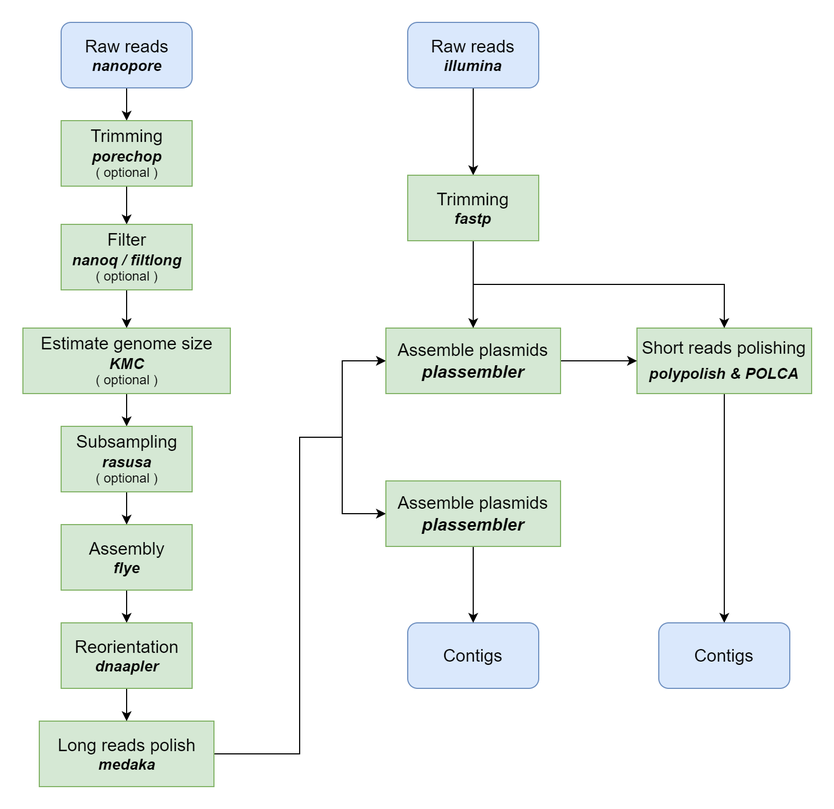
This is misc/pipeline.png from chen1i6c04/Ouroboros, a draw.io export, as it was before one commit. Source tidied: cells renumbered, new cells last; positions are measured from the earlier drawing's top-left corner, leaving out a move shared by most shapes.
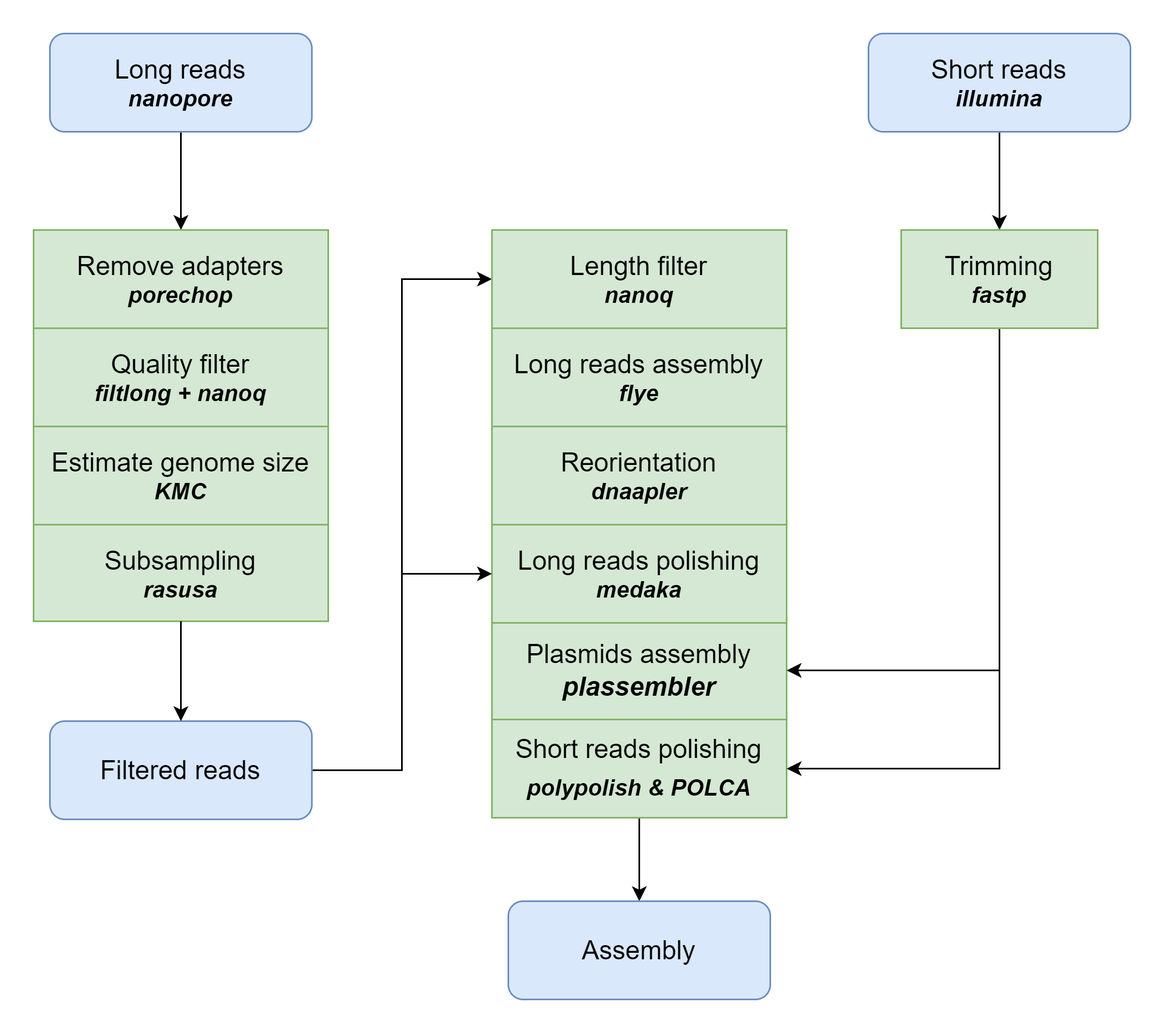
Above is the later version.

Commit message:
Assembly mode that only nanopore reads is no longer supported

Change to the diagram source:
```diff
@@ -2,114 +2,88 @@
   <root>
     <mxCell id="0" />
     <mxCell id="1" parent="0" />
-    <mxCell id="2" style="edgeStyle=orthogonalEdgeStyle;rounded=0;jettySize=auto;html=1;" parent="1" edge="1" source="3" target="25">
+    <mxCell id="2" style="edgeStyle=orthogonalEdgeStyle;rounded=0;jettySize=auto;html=1;entryX=0.5;entryY=0;entryDx=0;entryDy=0;" parent="1" edge="1" source="3" target="25">
       <mxGeometry relative="1" as="geometry" />
     </mxCell>
-    <mxCell id="3" value="&lt;font style=&quot;&quot;&gt;&lt;span style=&quot;font-size: 16px;&quot;&gt;Raw reads&lt;br&gt;&lt;/span&gt;&lt;font style=&quot;font-size: 14px;&quot;&gt;&lt;i&gt;&lt;b&gt;nanopore&lt;/b&gt;&lt;/i&gt;&lt;/font&gt;&lt;br&gt;&lt;/font&gt;" style="rounded=1;whiteSpace=wrap;html=1;fillColor=#dae8fc;strokeColor=#6c8ebf;" parent="1" vertex="1">
-      <mxGeometry x="34.5" width="120" height="60" as="geometry" />
+    <mxCell id="3" value="&lt;font style=&quot;&quot;&gt;&lt;span style=&quot;font-size: 16px;&quot;&gt;Long reads&lt;br&gt;&lt;/span&gt;&lt;font style=&quot;font-size: 14px;&quot;&gt;&lt;i&gt;&lt;b&gt;nanopore&lt;/b&gt;&lt;/i&gt;&lt;/font&gt;&lt;br&gt;&lt;/font&gt;" style="rounded=1;whiteSpace=wrap;html=1;fillColor=#dae8fc;strokeColor=#6c8ebf;" parent="1" vertex="1">
+      <mxGeometry x="-18" width="160" height="60" as="geometry" />
     </mxCell>
-    <mxCell id="4" style="edgeStyle=orthogonalEdgeStyle;rounded=0;jettySize=auto;html=1;" parent="1" edge="1" source="5" target="13">
-      <mxGeometry relative="1" as="geometry" />
-    </mxCell>
-    <mxCell id="5" value="&lt;font style=&quot;&quot;&gt;&lt;span style=&quot;font-size: 16px;&quot;&gt;Assembly&lt;/span&gt;&lt;br&gt;&lt;i style=&quot;&quot;&gt;&lt;b style=&quot;&quot;&gt;&lt;font style=&quot;font-size: 14px;&quot;&gt;flye&lt;/font&gt;&lt;/b&gt;&lt;/i&gt;&lt;br&gt;&lt;/font&gt;" style="rounded=0;whiteSpace=wrap;html=1;fillColor=#d5e8d4;strokeColor=#82b366;" parent="1" vertex="1">
-      <mxGeometry x="34.5" y="460" width="120" height="60" as="geometry" />
-    </mxCell>
-    <mxCell id="6" style="edgeStyle=orthogonalEdgeStyle;rounded=0;jettySize=auto;html=1;entryX=0;entryY=0.5;entryDx=0;entryDy=0;" parent="1" edge="1" source="8" target="15">
-      <mxGeometry relative="1" as="geometry">
-        <Array as="points">
-          <mxPoint x="253" y="670" />
-          <mxPoint x="253" y="380" />
-          <mxPoint x="292" y="380" />
-          <mxPoint x="292" y="310" />
-        </Array>
-      </mxGeometry>
-    </mxCell>
-    <mxCell id="7" style="edgeStyle=orthogonalEdgeStyle;rounded=0;jettySize=auto;html=1;entryX=0;entryY=0.5;entryDx=0;entryDy=0;" parent="1" edge="1" source="8" target="17">
-      <mxGeometry relative="1" as="geometry">
-        <Array as="points">
-          <mxPoint x="253" y="670" />
-          <mxPoint x="253" y="380" />
-          <mxPoint x="292" y="380" />
-          <mxPoint x="292" y="450" />
-        </Array>
-      </mxGeometry>
-    </mxCell>
-    <mxCell id="8" value="&lt;font style=&quot;&quot;&gt;&lt;span style=&quot;font-size: 16px;&quot;&gt;Long reads polish&lt;/span&gt;&lt;br&gt;&lt;b style=&quot;&quot;&gt;&lt;i style=&quot;&quot;&gt;&lt;font style=&quot;font-size: 14px;&quot;&gt;medaka&lt;/font&gt;&lt;/i&gt;&lt;/b&gt;&lt;br&gt;&lt;/font&gt;" style="rounded=0;whiteSpace=wrap;html=1;fillColor=#d5e8d4;strokeColor=#82b366;" parent="1" vertex="1">
-      <mxGeometry x="14.5" y="640" width="160" height="60" as="geometry" />
-    </mxCell>
-    <mxCell id="9" value="&lt;font style=&quot;&quot;&gt;&lt;span style=&quot;font-size: 16px;&quot;&gt;Contigs&lt;/span&gt;&lt;br&gt;&lt;/font&gt;" style="rounded=1;whiteSpace=wrap;html=1;fillColor=#dae8fc;strokeColor=#6c8ebf;" parent="1" vertex="1">
-      <mxGeometry x="352" y="550" width="120" height="60" as="geometry" />
-    </mxCell>
-    <mxCell id="10" style="edgeStyle=orthogonalEdgeStyle;rounded=0;jettySize=auto;html=1;entryX=0.5;entryY=0;entryDx=0;entryDy=0;" parent="1" edge="1" source="11" target="18">
+    <mxCell id="10" style="edgeStyle=orthogonalEdgeStyle;rounded=0;jettySize=auto;html=1;" parent="1" edge="1" source="11" target="18">
       <mxGeometry relative="1" as="geometry" />
     </mxCell>
     <mxCell id="11" value="&lt;p style=&quot;margin-top: 0pt; margin-bottom: 0pt; margin-left: 0in; direction: ltr; unicode-bidi: embed; word-break: normal; font-size: 16px;&quot;&gt;&lt;font style=&quot;font-size: 16px;&quot;&gt;Short reads&amp;nbsp;&lt;/font&gt;&lt;span style=&quot;background-color: initial;&quot;&gt;polishing&lt;/span&gt;&lt;/p&gt;&lt;p style=&quot;margin-top: 0pt; margin-bottom: 0pt; margin-left: 0in; direction: ltr; unicode-bidi: embed; word-break: normal;&quot;&gt;&lt;b style=&quot;border-color: var(--border-color); text-align: left;&quot;&gt;&lt;i style=&quot;border-color: var(--border-color);&quot;&gt;&lt;font style=&quot;font-size: 14px;&quot;&gt;polypolish &amp;amp; POLCA&lt;/font&gt;&lt;/i&gt;&lt;/b&gt;&lt;span style=&quot;font-size: 16px; font-family: Calibri; background-color: initial;&quot;&gt;&lt;br&gt;&lt;/span&gt;&lt;/p&gt;" style="rounded=0;whiteSpace=wrap;html=1;fontSize=20;fillColor=#d5e8d4;strokeColor=#82b366;" parent="1" vertex="1">
-      <mxGeometry x="562" y="280" width="160" height="60" as="geometry" />
+      <mxGeometry x="252" y="419" width="180" height="60" as="geometry" />
     </mxCell>
-    <mxCell id="12" style="edgeStyle=orthogonalEdgeStyle;rounded=0;jettySize=auto;html=1;" parent="1" edge="1" source="13" target="8">
-      <mxGeometry relative="1" as="geometry" />
-    </mxCell>
     <mxCell id="13" value="&lt;font style=&quot;&quot;&gt;&lt;font style=&quot;&quot;&gt;&lt;font style=&quot;font-size: 16px;&quot;&gt;Reorientation&lt;/font&gt;&lt;br&gt;&lt;/font&gt;&lt;span style=&quot;font-size: 14px;&quot;&gt;&lt;b&gt;&lt;i&gt;dnaapler&lt;/i&gt;&lt;/b&gt;&lt;/span&gt;&lt;br&gt;&lt;/font&gt;" style="rounded=0;whiteSpace=wrap;html=1;fillColor=#d5e8d4;strokeColor=#82b366;" parent="1" vertex="1">
-      <mxGeometry x="34.5" y="550" width="120" height="60" as="geometry" />
+      <mxGeometry x="252" y="240" width="180" height="60" as="geometry" />
     </mxCell>
-    <mxCell id="14" style="edgeStyle=orthogonalEdgeStyle;rounded=0;jettySize=auto;html=1;" parent="1" edge="1" source="15" target="11">
-      <mxGeometry relative="1" as="geometry" />
-    </mxCell>
-    <mxCell id="15" value="&lt;font style=&quot;&quot;&gt;&lt;font style=&quot;&quot;&gt;&lt;font style=&quot;font-size: 16px;&quot;&gt;Assemble plasmids&lt;/font&gt;&lt;br&gt;&lt;/font&gt;&lt;b&gt;&lt;i&gt;&lt;font style=&quot;font-size: 16px;&quot;&gt;plassembler&lt;/font&gt;&lt;/i&gt;&lt;/b&gt;&lt;br&gt;&lt;/font&gt;" style="rounded=0;whiteSpace=wrap;html=1;fillColor=#d5e8d4;strokeColor=#82b366;" parent="1" vertex="1">
-      <mxGeometry x="332" y="280" width="160" height="60" as="geometry" />
+    <mxCell id="15" value="&lt;font style=&quot;&quot;&gt;&lt;font style=&quot;font-size: 16px;&quot;&gt;Plasmids assembly&lt;/font&gt;&lt;/font&gt;&lt;div&gt;&lt;font style=&quot;&quot;&gt;&lt;font style=&quot;font-size: 16px;&quot;&gt;&lt;i style=&quot;font-weight: bold;&quot;&gt;plassembler&lt;/i&gt;&lt;/font&gt;&lt;br&gt;&lt;/font&gt;&lt;/div&gt;" style="rounded=0;whiteSpace=wrap;html=1;fillColor=#d5e8d4;strokeColor=#82b366;" parent="1" vertex="1">
+      <mxGeometry x="252" y="359" width="180" height="60" as="geometry" />
     </mxCell>
-    <mxCell id="16" style="edgeStyle=orthogonalEdgeStyle;rounded=0;jettySize=auto;html=1;" parent="1" edge="1" source="17" target="9">
-      <mxGeometry relative="1" as="geometry" />
-    </mxCell>
-    <mxCell id="17" value="&lt;font style=&quot;&quot;&gt;&lt;font style=&quot;&quot;&gt;&lt;font style=&quot;font-size: 16px;&quot;&gt;Assemble plasmids&lt;/font&gt;&lt;br&gt;&lt;/font&gt;&lt;b&gt;&lt;i&gt;&lt;font style=&quot;font-size: 16px;&quot;&gt;plassembler&lt;/font&gt;&lt;/i&gt;&lt;/b&gt;&lt;br&gt;&lt;/font&gt;" style="rounded=0;whiteSpace=wrap;html=1;fillColor=#d5e8d4;strokeColor=#82b366;" parent="1" vertex="1">
-      <mxGeometry x="332" y="420" width="160" height="60" as="geometry" />
-    </mxCell>
-    <mxCell id="18" value="&lt;font style=&quot;&quot;&gt;&lt;span style=&quot;font-size: 16px;&quot;&gt;Contigs&lt;/span&gt;&lt;br&gt;&lt;/font&gt;" style="rounded=1;whiteSpace=wrap;html=1;fillColor=#dae8fc;strokeColor=#6c8ebf;" parent="1" vertex="1">
-      <mxGeometry x="582" y="550" width="120" height="60" as="geometry" />
+    <mxCell id="18" value="&lt;font style=&quot;&quot;&gt;&lt;span style=&quot;font-size: 16px;&quot;&gt;Assembly&lt;/span&gt;&lt;br&gt;&lt;/font&gt;" style="rounded=1;whiteSpace=wrap;html=1;fillColor=#dae8fc;strokeColor=#6c8ebf;" parent="1" vertex="1">
+      <mxGeometry x="262" y="530" width="160" height="60" as="geometry" />
     </mxCell>
-    <mxCell id="19" style="edgeStyle=orthogonalEdgeStyle;rounded=0;jettySize=auto;html=1;entryX=0.5;entryY=0;entryDx=0;entryDy=0;" parent="1" edge="1" source="20" target="23">
+    <mxCell id="19" style="edgeStyle=orthogonalEdgeStyle;rounded=0;jettySize=auto;html=1;" parent="1" edge="1" source="20" target="23">
       <mxGeometry relative="1" as="geometry" />
     </mxCell>
-    <mxCell id="20" value="&lt;font style=&quot;&quot;&gt;&lt;span style=&quot;font-size: 16px;&quot;&gt;Raw reads&lt;br&gt;&lt;/span&gt;&lt;font style=&quot;font-size: 14px;&quot;&gt;&lt;i&gt;&lt;b&gt;illumina&lt;/b&gt;&lt;/i&gt;&lt;/font&gt;&lt;br&gt;&lt;/font&gt;" style="rounded=1;whiteSpace=wrap;html=1;fillColor=#dae8fc;strokeColor=#6c8ebf;" parent="1" vertex="1">
-      <mxGeometry x="352" width="120" height="60" as="geometry" />
+    <mxCell id="20" value="&lt;font style=&quot;&quot;&gt;&lt;span style=&quot;font-size: 16px;&quot;&gt;Short reads&lt;br&gt;&lt;/span&gt;&lt;font style=&quot;font-size: 14px;&quot;&gt;&lt;i&gt;&lt;b&gt;illumina&lt;/b&gt;&lt;/i&gt;&lt;/font&gt;&lt;br&gt;&lt;/font&gt;" style="rounded=1;whiteSpace=wrap;html=1;fillColor=#dae8fc;strokeColor=#6c8ebf;" parent="1" vertex="1">
+      <mxGeometry x="482" width="160" height="60" as="geometry" />
     </mxCell>
-    <mxCell id="21" style="edgeStyle=orthogonalEdgeStyle;rounded=0;jettySize=auto;html=1;entryX=0.5;entryY=0;entryDx=0;entryDy=0;" parent="1" edge="1" source="23" target="15">
-      <mxGeometry relative="1" as="geometry" />
+    <mxCell id="21" style="edgeStyle=orthogonalEdgeStyle;rounded=0;jettySize=auto;html=1;entryX=1;entryY=0.5;entryDx=0;entryDy=0;" parent="1" edge="1" source="23" target="15">
+      <mxGeometry relative="1" as="geometry">
+        <Array as="points">
+          <mxPoint x="562" y="389" />
+        </Array>
+      </mxGeometry>
     </mxCell>
-    <mxCell id="22" style="edgeStyle=orthogonalEdgeStyle;rounded=0;jettySize=auto;html=1;" parent="1" edge="1" source="23" target="11">
+    <mxCell id="22" style="edgeStyle=orthogonalEdgeStyle;rounded=0;jettySize=auto;html=1;entryX=1;entryY=0.5;entryDx=0;entryDy=0;" parent="1" edge="1" source="23" target="11">
       <mxGeometry relative="1" as="geometry">
         <Array as="points">
-          <mxPoint x="412" y="240" />
-          <mxPoint x="642" y="240" />
+          <mxPoint x="562" y="449" />
         </Array>
       </mxGeometry>
     </mxCell>
     <mxCell id="23" value="&lt;font style=&quot;&quot;&gt;&lt;span style=&quot;font-size: 16px;&quot;&gt;Trimming&lt;/span&gt;&lt;br&gt;&lt;span style=&quot;font-size: 14px;&quot;&gt;&lt;b&gt;&lt;i&gt;fastp&lt;/i&gt;&lt;/b&gt;&lt;/span&gt;&lt;br&gt;&lt;/font&gt;" style="rounded=0;whiteSpace=wrap;html=1;fillColor=#d5e8d4;strokeColor=#82b366;" parent="1" vertex="1">
-      <mxGeometry x="352" y="140" width="120" height="60" as="geometry" />
+      <mxGeometry x="502" y="120" width="120" height="60" as="geometry" />
     </mxCell>
-    <mxCell id="24" style="edgeStyle=orthogonalEdgeStyle;rounded=0;jettySize=auto;html=1;" parent="1" edge="1" source="25" target="27">
-      <mxGeometry relative="1" as="geometry" />
-    </mxCell>
+    <mxCell id="32" value="&lt;font style=&quot;&quot;&gt;&lt;span style=&quot;font-size: 16px;&quot;&gt;Long reads polishing&lt;/span&gt;&lt;br&gt;&lt;b style=&quot;&quot;&gt;&lt;i style=&quot;&quot;&gt;&lt;font style=&quot;font-size: 14px;&quot;&gt;medaka&lt;/font&gt;&lt;/i&gt;&lt;/b&gt;&lt;br&gt;&lt;/font&gt;" style="rounded=0;whiteSpace=wrap;html=1;fillColor=#d5e8d4;strokeColor=#82b366;" parent="1" vertex="1">
+      <mxGeometry x="252" y="300" width="180" height="60" as="geometry" />
+    </mxCell>
+    <mxCell id="33" style="edgeStyle=orthogonalEdgeStyle;rounded=0;jettySize=auto;html=1;entryX=0;entryY=0.5;entryDx=0;entryDy=0;" parent="1" edge="1" source="35" target="37">
+      <mxGeometry relative="1" as="geometry" />
+    </mxCell>
+    <mxCell id="34" style="edgeStyle=orthogonalEdgeStyle;rounded=0;jettySize=auto;html=1;entryX=0;entryY=0.5;entryDx=0;entryDy=0;" parent="1" edge="1" source="35" target="32">
+      <mxGeometry relative="1" as="geometry" />
+    </mxCell>
+    <mxCell id="35" value="&lt;font style=&quot;&quot;&gt;&lt;span style=&quot;font-size: 16px;&quot;&gt;Filtered reads&lt;/span&gt;&lt;br&gt;&lt;/font&gt;" style="rounded=1;whiteSpace=wrap;html=1;fillColor=#dae8fc;strokeColor=#6c8ebf;" parent="1" vertex="1">
+      <mxGeometry x="-18" y="420" width="160" height="60" as="geometry" />
+    </mxCell>
+    <mxCell id="36" style="group;" parent="1" vertex="1">
+      <mxGeometry x="252" y="120" width="180" height="120" as="geometry" />
+    </mxCell>
+    <mxCell id="5" value="&lt;font style=&quot;&quot;&gt;&lt;span style=&quot;font-size: 16px;&quot;&gt;Long reads assembly&lt;/span&gt;&lt;br&gt;&lt;i style=&quot;&quot;&gt;&lt;b style=&quot;&quot;&gt;&lt;font style=&quot;font-size: 14px;&quot;&gt;flye&lt;/font&gt;&lt;/b&gt;&lt;/i&gt;&lt;br&gt;&lt;/font&gt;" style="rounded=0;whiteSpace=wrap;html=1;fillColor=#d5e8d4;strokeColor=#82b366;" parent="36" vertex="1">
+      <mxGeometry y="60" width="180" height="60" as="geometry" />
+    </mxCell>
+    <mxCell id="37" value="&lt;font style=&quot;&quot;&gt;&lt;span style=&quot;font-size: 16px;&quot;&gt;Length filter&lt;/span&gt;&lt;br&gt;&lt;b style=&quot;&quot;&gt;&lt;i style=&quot;&quot;&gt;&lt;font style=&quot;font-size: 14px;&quot;&gt;nanoq&lt;/font&gt;&lt;/i&gt;&lt;/b&gt;&lt;br&gt;&lt;/font&gt;" style="rounded=0;whiteSpace=wrap;html=1;fillColor=#d5e8d4;strokeColor=#82b366;" parent="36" vertex="1">
+      <mxGeometry width="180" height="60" as="geometry" />
+    </mxCell>
+    <mxCell id="38" style="group;" parent="1" vertex="1">
+      <mxGeometry x="-28" y="120" width="180" height="239" as="geometry" />
+    </mxCell>
-    <mxCell id="25" value="&lt;font style=&quot;&quot;&gt;&lt;span style=&quot;font-size: 16px;&quot;&gt;Trimming&lt;/span&gt;&lt;br&gt;&lt;span style=&quot;font-size: 14px;&quot;&gt;&lt;b&gt;&lt;i&gt;porechop&lt;br&gt;&lt;/i&gt;&lt;/b&gt;&lt;/span&gt;( optional )&lt;br&gt;&lt;/font&gt;" style="rounded=0;whiteSpace=wrap;html=1;fillColor=#d5e8d4;strokeColor=#82b366;" parent="1" vertex="1">
-      <mxGeometry x="34.5" y="90" width="120" height="60" as="geometry" />
+    <mxCell id="25" value="&lt;font style=&quot;&quot;&gt;&lt;span style=&quot;font-size: 16px;&quot;&gt;Remove adapters&lt;/span&gt;&lt;br&gt;&lt;span style=&quot;font-size: 14px;&quot;&gt;&lt;b&gt;&lt;i&gt;porechop&lt;/i&gt;&lt;/b&gt;&lt;/span&gt;&lt;br&gt;&lt;/font&gt;" style="rounded=0;whiteSpace=wrap;html=1;fillColor=#d5e8d4;strokeColor=#82b366;" parent="38" vertex="1">
+      <mxGeometry width="180" height="60" as="geometry" />
     </mxCell>
-    <mxCell id="26" style="edgeStyle=orthogonalEdgeStyle;rounded=0;jettySize=auto;html=1;" parent="1" edge="1" source="27" target="29">
-      <mxGeometry relative="1" as="geometry" />
-    </mxCell>
-    <mxCell id="27" value="&lt;font style=&quot;&quot;&gt;&lt;span style=&quot;font-size: 16px;&quot;&gt;Filter&lt;/span&gt;&lt;br&gt;&lt;b style=&quot;&quot;&gt;&lt;i style=&quot;&quot;&gt;&lt;font style=&quot;font-size: 14px;&quot;&gt;nanoq / filtlong&lt;br&gt;&lt;/font&gt;&lt;/i&gt;&lt;/b&gt;( optional )&lt;br&gt;&lt;/font&gt;" style="rounded=0;whiteSpace=wrap;html=1;fillColor=#d5e8d4;strokeColor=#82b366;" parent="1" vertex="1">
-      <mxGeometry x="34.5" y="185" width="120" height="60" as="geometry" />
+    <mxCell id="27" value="&lt;font style=&quot;&quot;&gt;&lt;span style=&quot;font-size: 16px;&quot;&gt;Quality filter&lt;/span&gt;&lt;br&gt;&lt;b&gt;&lt;i&gt;&lt;font style=&quot;font-size: 14px;&quot;&gt;filtlong +&amp;nbsp;&lt;/font&gt;&lt;/i&gt;&lt;/b&gt;&lt;b style=&quot;&quot;&gt;&lt;i style=&quot;&quot;&gt;&lt;font style=&quot;font-size: 14px;&quot;&gt;nanoq&lt;/font&gt;&lt;/i&gt;&lt;/b&gt;&lt;br&gt;&lt;/font&gt;" style="rounded=0;whiteSpace=wrap;html=1;fillColor=#d5e8d4;strokeColor=#82b366;" parent="38" vertex="1">
+      <mxGeometry y="60" width="180" height="60" as="geometry" />
     </mxCell>
-    <mxCell id="28" style="edgeStyle=orthogonalEdgeStyle;rounded=0;jettySize=auto;html=1;" parent="1" edge="1" source="29" target="31">
-      <mxGeometry relative="1" as="geometry" />
-    </mxCell>
-    <mxCell id="29" value="&lt;font size=&quot;1&quot; color=&quot;#000000&quot;&gt;&lt;span style=&quot;font-size: 16px;&quot;&gt;Estimate genome size&lt;/span&gt;&lt;br&gt;&lt;b style=&quot;&quot;&gt;&lt;i style=&quot;font-size: 14px;&quot;&gt;KMC&lt;br&gt;&lt;/i&gt;&lt;/b&gt;&lt;/font&gt;( optional )&lt;font size=&quot;1&quot; color=&quot;#000000&quot;&gt;&lt;br&gt;&lt;/font&gt;" style="rounded=0;whiteSpace=wrap;html=1;fillColor=#d5e8d4;strokeWidth=1;strokeColor=#82b366;" parent="1" vertex="1">
-      <mxGeometry x="-0.5" y="280" width="190" height="60" as="geometry" />
+    <mxCell id="29" value="&lt;font size=&quot;1&quot; color=&quot;#000000&quot;&gt;&lt;span style=&quot;font-size: 16px;&quot;&gt;Estimate genome size&lt;/span&gt;&lt;br&gt;&lt;b style=&quot;&quot;&gt;&lt;i style=&quot;font-size: 14px;&quot;&gt;KMC&lt;/i&gt;&lt;/b&gt;&lt;/font&gt;&lt;font size=&quot;1&quot; color=&quot;#000000&quot;&gt;&lt;br&gt;&lt;/font&gt;" style="rounded=0;whiteSpace=wrap;html=1;fillColor=#d5e8d4;strokeWidth=1;strokeColor=#82b366;" parent="38" vertex="1">
+      <mxGeometry y="120" width="180" height="60" as="geometry" />
     </mxCell>
-    <mxCell id="30" style="edgeStyle=orthogonalEdgeStyle;rounded=0;jettySize=auto;html=1;" parent="1" edge="1" source="31" target="5">
-      <mxGeometry relative="1" as="geometry" />
-    </mxCell>
-    <mxCell id="31" value="&lt;font style=&quot;&quot;&gt;&lt;span style=&quot;font-size: 16px;&quot;&gt;Subsampling&lt;/span&gt;&lt;br&gt;&lt;b style=&quot;border-color: var(--border-color);&quot;&gt;&lt;i style=&quot;border-color: var(--border-color);&quot;&gt;&lt;font style=&quot;border-color: var(--border-color); font-size: 14px;&quot;&gt;rasusa&lt;br&gt;&lt;/font&gt;&lt;/i&gt;&lt;/b&gt;( optional )&lt;br&gt;&lt;/font&gt;" style="rounded=0;whiteSpace=wrap;html=1;fillColor=#d5e8d4;strokeColor=#82b366;" parent="1" vertex="1">
-      <mxGeometry x="34.5" y="370" width="120" height="60" as="geometry" />
+    <mxCell id="31" value="&lt;font style=&quot;&quot;&gt;&lt;span style=&quot;font-size: 16px;&quot;&gt;Subsampling&lt;/span&gt;&lt;br&gt;&lt;b style=&quot;border-color: var(--border-color);&quot;&gt;&lt;i style=&quot;border-color: var(--border-color);&quot;&gt;&lt;font style=&quot;border-color: var(--border-color); font-size: 14px;&quot;&gt;rasusa&lt;/font&gt;&lt;/i&gt;&lt;/b&gt;&lt;br&gt;&lt;/font&gt;" style="rounded=0;whiteSpace=wrap;html=1;fillColor=#d5e8d4;strokeColor=#82b366;" parent="38" vertex="1">
+      <mxGeometry y="180" width="180" height="59" as="geometry" />
     </mxCell>
+    <mxCell id="39" style="edgeStyle=orthogonalEdgeStyle;rounded=0;jettySize=auto;html=1;entryX=0.5;entryY=0;entryDx=0;entryDy=0;" parent="1" edge="1" source="31" target="35">
+      <mxGeometry relative="1" as="geometry" />
+    </mxCell>
   </root>
 </mxGraphModel>
```
